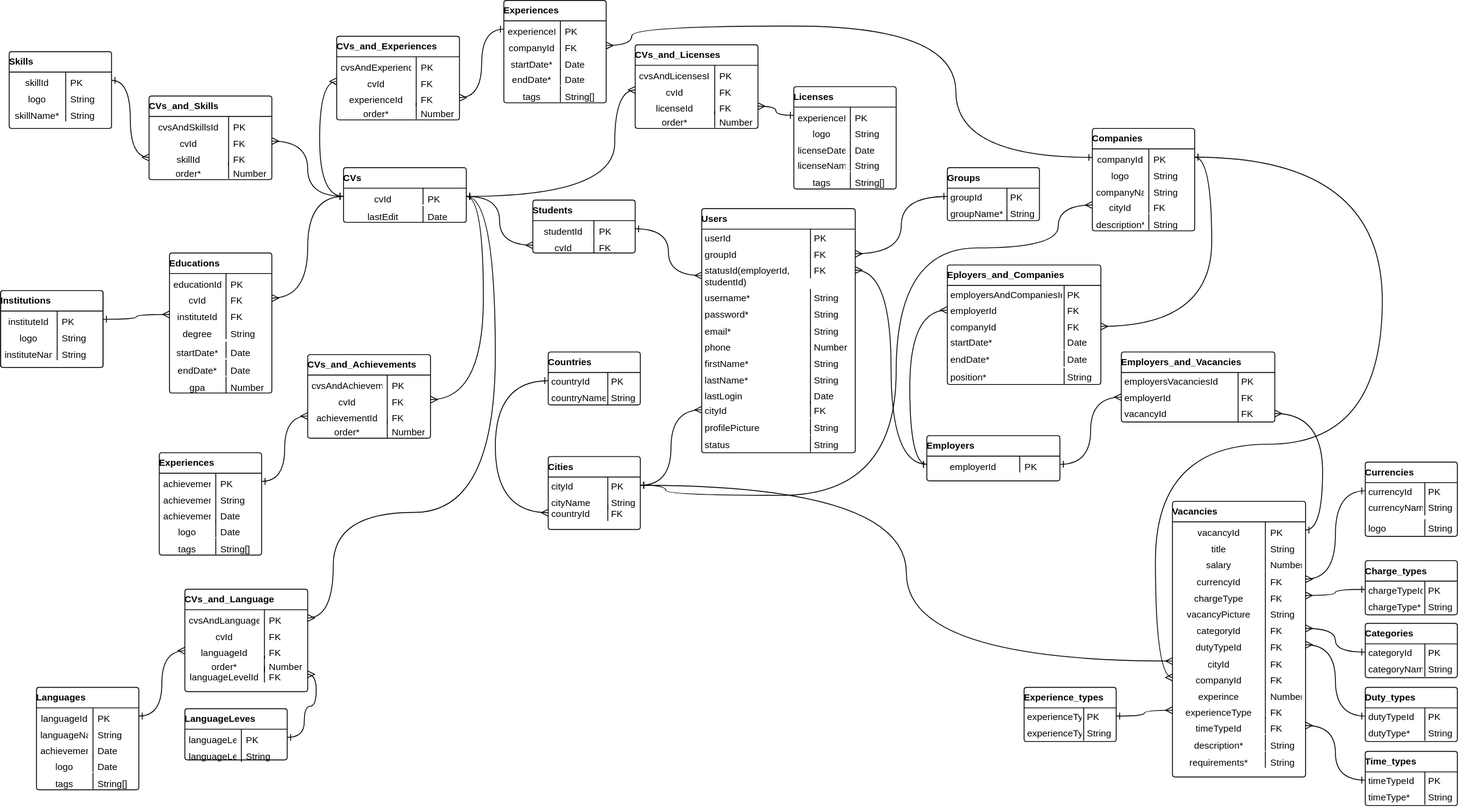
Before: docs/drawio/MentorshipDatabase.drawio.svg, a diagram exported from draw.io (Mentor-ship/Mentorship). Source tidied: cells renumbered, new cells last; positions are measured from the earlier drawing's top-left corner, leaving out a move shared by most shapes.
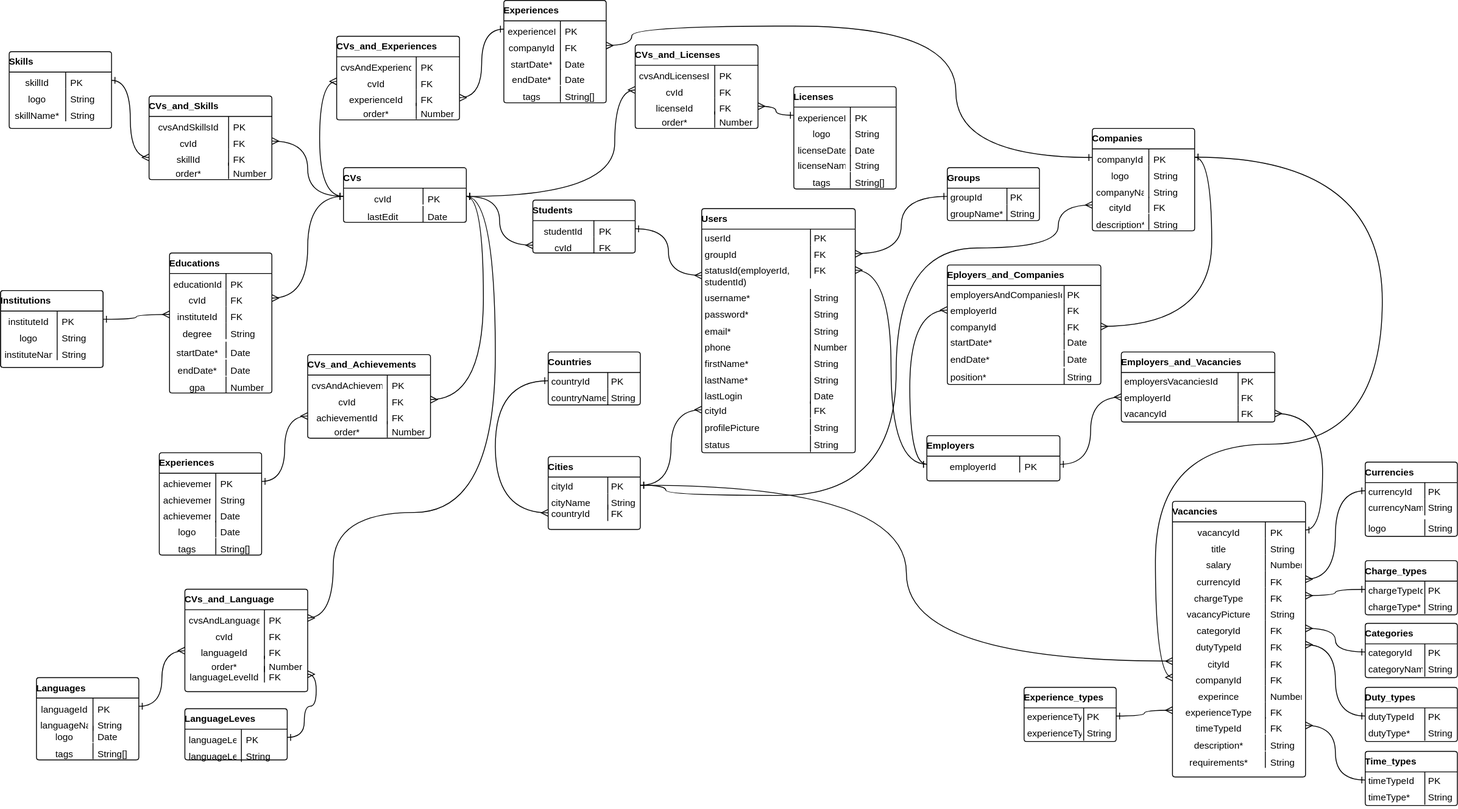
Later version of the same file.

Commit message:
languages table fixed

The edit, as a diff of the source:
```diff
@@ -688,7 +688,7 @@
       <mxGeometry x="93.3" y="90" width="50.7" height="19.2" as="geometry" />
     </mxCell>
     <mxCell id="227" value="Languages" style="html=1;overflow=block;whiteSpace=wrap;swimlane;swimlaneFillColor=#ffffff;startSize=24;whiteSpace=wrap;fontSize=11;fontColor=#000000;align=left;fillColor=#ffffff;whiteSpace=wrap;spacing=0;strokeOpacity=100;fillOpacity=100;rounded=1;absoluteArcSize=1;arcSize=6;whiteSpace=wrap;whiteSpace=wrap;whiteSpace=wrap;whiteSpace=wrap;" parent="1" vertex="1">
-      <mxGeometry x="42" y="805" width="120" height="120" as="geometry" />
+      <mxGeometry x="42" y="793.5" width="120" height="96.5" as="geometry" />
     </mxCell>
     <mxCell id="228" value="languageId" style="strokeColor=none;align=center;verticalAlign=top;spacingLeft=4;spacingRight=4;overflow=hidden;html=1;swimlaneFillColor=#ffffff;fontSize=11;fontColor=#000000;fillColor=none;strokeOpacity=100;fillOpacity=100;" parent="227" vertex="1">
       <mxGeometry y="24" width="66.3" height="19.2" as="geometry" />
@@ -702,23 +702,17 @@
     <mxCell id="231" value="String" style="shape=partialRectangle;top=0;right=0;bottom=0;align=left;verticalAlign=top;spacingLeft=4;spacingRight=4;overflow=hidden;html=1;swimlaneFillColor=#ffffff;fontSize=11;fontColor=#000000;fillColor=none;strokeOpacity=100;fillOpacity=100;" parent="227" vertex="1">
       <mxGeometry x="66.3" y="43.2" width="53.7" height="19.2" as="geometry" />
     </mxCell>
-    <mxCell id="232" value="achievementDate" style="strokeColor=none;align=center;verticalAlign=top;spacingLeft=4;spacingRight=4;overflow=hidden;html=1;swimlaneFillColor=#ffffff;fontSize=11;fontColor=#000000;fillColor=none;strokeOpacity=100;fillOpacity=100;" parent="227" vertex="1">
-      <mxGeometry y="62.4" width="66.3" height="19.2" as="geometry" />
-    </mxCell>
-    <mxCell id="233" value="Date" style="shape=partialRectangle;top=0;right=0;bottom=0;align=left;verticalAlign=top;spacingLeft=4;spacingRight=4;overflow=hidden;html=1;swimlaneFillColor=#ffffff;fontSize=11;fontColor=#000000;fillColor=none;strokeOpacity=100;fillOpacity=100;" parent="227" vertex="1">
-      <mxGeometry x="66.3" y="62.4" width="53.7" height="19.2" as="geometry" />
-    </mxCell>
     <mxCell id="234" value="logo" style="strokeColor=none;align=center;verticalAlign=top;spacingLeft=4;spacingRight=4;overflow=hidden;html=1;swimlaneFillColor=#ffffff;fontSize=11;fontColor=#000000;fillColor=none;strokeOpacity=100;fillOpacity=100;" parent="227" vertex="1">
-      <mxGeometry y="80" width="66.3" height="19.2" as="geometry" />
+      <mxGeometry y="56.5" width="66.3" height="19.2" as="geometry" />
     </mxCell>
-    <mxCell id="235" value="Date" style="shape=partialRectangle;top=0;right=0;bottom=0;align=left;verticalAlign=top;spacingLeft=4;spacingRight=4;overflow=hidden;html=1;swimlaneFillColor=#ffffff;fontSize=11;fontColor=#000000;fillColor=none;strokeOpacity=100;fillOpacity=100;" parent="227" vertex="1">
-      <mxGeometry x="66.3" y="80" width="53.7" height="19.2" as="geometry" />
-    </mxCell>
+    <mxCell id="318" value="Date" style="shape=partialRectangle;top=0;right=0;bottom=0;align=left;verticalAlign=top;spacingLeft=4;spacingRight=4;overflow=hidden;html=1;swimlaneFillColor=#ffffff;fontSize=11;fontColor=#000000;fillColor=none;strokeOpacity=100;fillOpacity=100;" parent="227" vertex="1">
+      <mxGeometry x="66.3" y="56.5" width="53.7" height="19.2" as="geometry" />
+    </mxCell>
     <mxCell id="236" value="tags" style="strokeColor=none;align=center;verticalAlign=top;spacingLeft=4;spacingRight=4;overflow=hidden;html=1;swimlaneFillColor=#ffffff;fontSize=11;fontColor=#000000;fillColor=none;strokeOpacity=100;fillOpacity=100;" parent="227" vertex="1">
-      <mxGeometry y="100" width="66.3" height="19.2" as="geometry" />
+      <mxGeometry y="76.5" width="66.3" height="19.2" as="geometry" />
     </mxCell>
     <mxCell id="237" value="String[]" style="shape=partialRectangle;top=0;right=0;bottom=0;align=left;verticalAlign=top;spacingLeft=4;spacingRight=4;overflow=hidden;html=1;swimlaneFillColor=#ffffff;fontSize=11;fontColor=#000000;fillColor=none;strokeOpacity=100;fillOpacity=100;" parent="227" vertex="1">
-      <mxGeometry x="66.3" y="100" width="53.7" height="19.2" as="geometry" />
+      <mxGeometry x="66.3" y="76.5" width="53.7" height="19.2" as="geometry" />
     </mxCell>
     <mxCell id="238" style="edgeStyle=orthogonalEdgeStyle;rounded=0;jettySize=auto;html=1;startArrow=ERmany;startFill=0;endArrow=ERone;endFill=0;exitX=0;exitY=0.5;exitDx=0;exitDy=0;entryX=1;entryY=0.5;entryDx=0;entryDy=0;curved=1;" parent="1" edge="1" source="221" target="229">
       <mxGeometry relative="1" as="geometry" />
```
